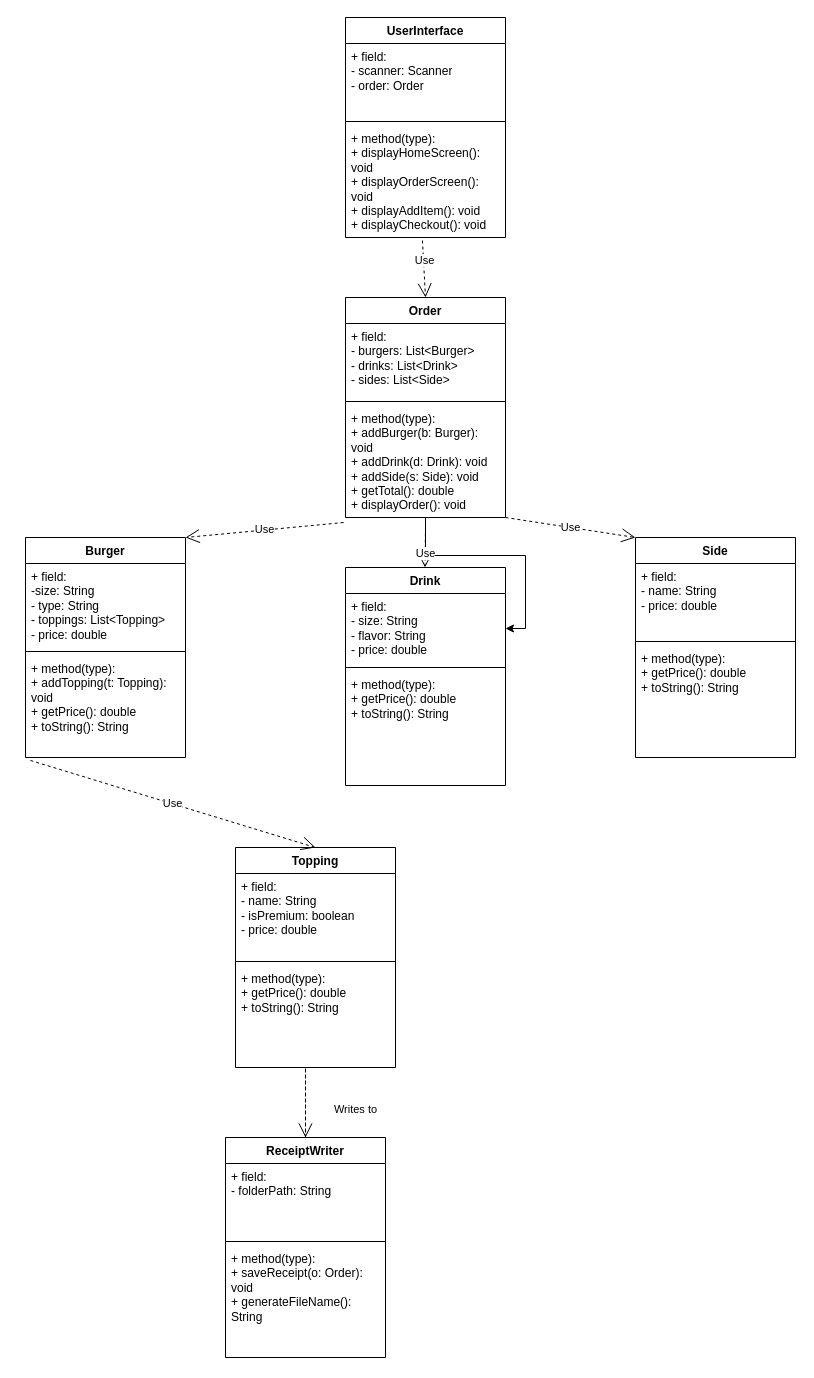
The draw.io diagram TheJaliscoGrillByLosDiaz_ClassDiagram.drawio in alexanderadolfodiaz017-oss/CustomFoodShopCapstone, before the edit. Source tidied: cells renumbered, new cells numbered last; positions are measured from the earlier drawing's top-left corner, leaving out a move shared by most shapes. Both pictures are drawn from the tidied source at 100%, with x=0, y=0 at pixel (25, 17).
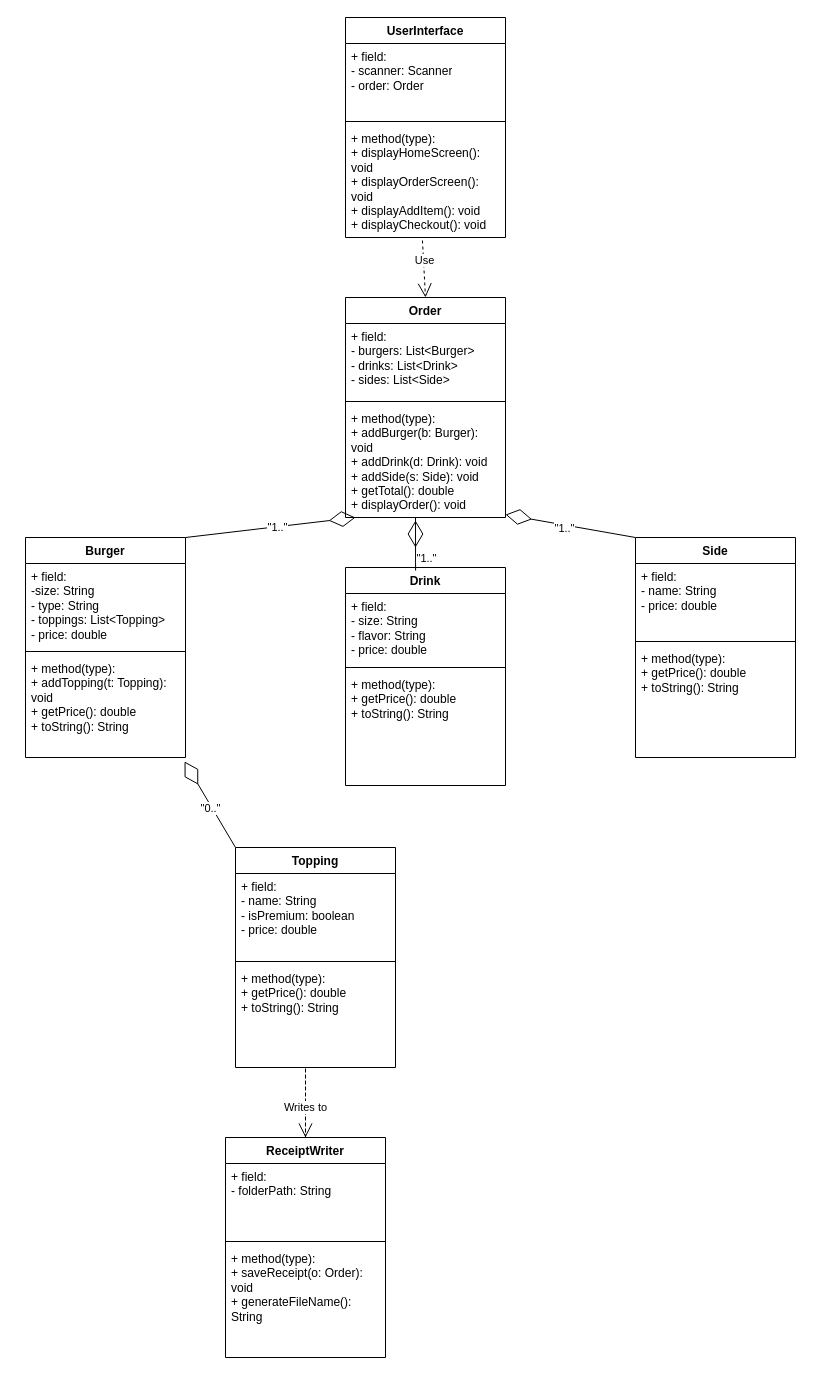
The same page after the edit.

The change refers to these unchanged cells:
```xml
<mxCell id="2" value="Topping" style="swimlane;fontStyle=1;align=center;verticalAlign=top;horizontal=1;startSize=26;whiteSpace=wrap;html=1;" parent="1" vertex="1">
  <mxGeometry x="210" y="830" width="160" height="220" as="geometry" />
</mxCell>
<mxCell id="6" value="Drink" style="swimlane;fontStyle=1;align=center;verticalAlign=top;horizontal=1;startSize=26;whiteSpace=wrap;html=1;" parent="1" vertex="1">
  <mxGeometry x="320" y="550" width="160" height="218" as="geometry" />
</mxCell>
<mxCell id="7" value="+ field:&amp;nbsp;&lt;div&gt;&lt;div&gt;- size: String&lt;/div&gt;&lt;div&gt;- flavor: String&lt;/div&gt;&lt;div&gt;- price: double&lt;/div&gt;&lt;/div&gt;" style="text;strokeColor=none;fillColor=none;align=left;verticalAlign=top;spacingLeft=4;spacingRight=4;overflow=hidden;points=[[0,0.5],[1,0.5]];portConstraint=eastwest;whiteSpace=wrap;html=1;" parent="6" vertex="1">
  <mxGeometry y="26" width="160" height="70" as="geometry" />
</mxCell>
<mxCell id="14" value="ReceiptWriter" style="swimlane;fontStyle=1;align=center;verticalAlign=top;horizontal=1;startSize=26;whiteSpace=wrap;html=1;" parent="1" vertex="1">
  <mxGeometry x="200" y="1120" width="160" height="220" as="geometry" />
</mxCell>
<mxCell id="19" value="Order" style="swimlane;fontStyle=1;align=center;verticalAlign=top;horizontal=1;startSize=26;whiteSpace=wrap;html=1;" parent="1" vertex="1">
  <mxGeometry x="320" y="280" width="160" height="220" as="geometry" />
</mxCell>
<mxCell id="22" value="+ method(type):&amp;nbsp;&lt;div&gt;&lt;div&gt;+ addBurger(b: Burger): void&lt;/div&gt;&lt;div&gt;+ addDrink(d: Drink): void&lt;/div&gt;&lt;div&gt;+ addSide(s: Side): void&lt;/div&gt;&lt;div&gt;+ getTotal(): double&lt;/div&gt;&lt;div&gt;+ displayOrder(): void&lt;/div&gt;&lt;/div&gt;" style="text;strokeColor=none;fillColor=none;align=left;verticalAlign=top;spacingLeft=4;spacingRight=4;overflow=hidden;points=[[0,0.5],[1,0.5]];portConstraint=eastwest;whiteSpace=wrap;html=1;" parent="19" vertex="1">
  <mxGeometry y="108" width="160" height="112" as="geometry" />
</mxCell>
<mxCell id="23" value="Burger" style="swimlane;fontStyle=1;align=center;verticalAlign=top;horizontal=1;startSize=26;whiteSpace=wrap;html=1;" parent="1" vertex="1">
  <mxGeometry y="520" width="160" height="220" as="geometry" />
</mxCell>
<mxCell id="26" value="+ method(type):&amp;nbsp;&lt;div&gt;&lt;div&gt;+ addTopping(t: Topping): void&lt;/div&gt;&lt;div&gt;+ getPrice(): double&lt;/div&gt;&lt;div&gt;+ toString(): String&lt;/div&gt;&lt;/div&gt;" style="text;strokeColor=none;fillColor=none;align=left;verticalAlign=top;spacingLeft=4;spacingRight=4;overflow=hidden;points=[[0,0.5],[1,0.5]];portConstraint=eastwest;whiteSpace=wrap;html=1;" parent="23" vertex="1">
  <mxGeometry y="118" width="160" height="102" as="geometry" />
</mxCell>
<mxCell id="27" value="Side" style="swimlane;fontStyle=1;align=center;verticalAlign=top;horizontal=1;startSize=26;whiteSpace=wrap;html=1;" parent="1" vertex="1">
  <mxGeometry x="610" y="520" width="160" height="220" as="geometry" />
</mxCell>
```

Diff of the diagram source:
```diff
@@
-    <mxCell id="18" style="edgeStyle=orthogonalEdgeStyle;rounded=0;jettySize=auto;html=1;" parent="1" edge="1" source="19" target="7">
-      <mxGeometry relative="1" as="geometry" />
-    </mxCell>
@@
-    <mxCell id="32" value="Use" style="endArrow=open;endSize=12;dashed=1;html=1;rounded=0;exitX=-0.012;exitY=1.045;exitDx=0;exitDy=0;exitPerimeter=0;entryX=1;entryY=0;entryDx=0;entryDy=0;" parent="1" edge="1" source="22" target="23">
-      <mxGeometry relative="1" as="geometry" />
-    </mxCell>
-    <mxCell id="33" value="Use" style="endArrow=open;endSize=12;dashed=1;html=1;rounded=0;" parent="1" edge="1">
-      <mxGeometry x="0.3" relative="1" as="geometry">
-        <mxPoint x="400" y="510" as="sourcePoint" />
-        <mxPoint x="399.5" y="550" as="targetPoint" />
-      </mxGeometry>
-    </mxCell>
-    <mxCell id="34" value="Use" style="endArrow=open;endSize=12;dashed=1;html=1;rounded=0;entryX=0;entryY=0;entryDx=0;entryDy=0;" parent="1" edge="1" target="27">
-      <mxGeometry relative="1" as="geometry">
-        <mxPoint x="480" y="500" as="sourcePoint" />
-      </mxGeometry>
-    </mxCell>
-    <mxCell id="35" value="Use" style="endArrow=open;endSize=12;dashed=1;html=1;rounded=0;entryX=0.5;entryY=0;entryDx=0;entryDy=0;exitX=0.031;exitY=1.029;exitDx=0;exitDy=0;exitPerimeter=0;" parent="1" edge="1" source="26" target="2">
-      <mxGeometry relative="1" as="geometry" />
-    </mxCell>
     <mxCell id="36" value="Writes to" style="endArrow=open;endSize=12;dashed=1;html=1;rounded=0;exitX=0.5;exitY=0;exitDx=0;exitDy=0;" parent="1" edge="1" source="14">
-      <mxGeometry x="-0.6" y="-50" relative="1" as="geometry">
+      <mxGeometry x="0.57" relative="1" as="geometry">
         <mxPoint x="280" y="1120" as="targetPoint" />
         <Array as="points">
           <mxPoint x="280" y="1050" />
         </Array>
       </mxGeometry>
     </mxCell>
+    <mxCell id="37" style="endArrow=diamondThin;endFill=0;endSize=24;html=1;rounded=0;exitX=1;exitY=0;exitDx=0;exitDy=0;" parent="1" edge="1" source="23">
+      <mxGeometry relative="1" as="geometry">
+        <mxPoint x="330" y="500" as="targetPoint" />
+      </mxGeometry>
+    </mxCell>
+    <mxCell id="38" value="&quot;1..&quot;" style="edgeLabel;html=1;align=center;verticalAlign=middle;" parent="37" vertex="1">
+      <mxGeometry x="0.07" relative="1" as="geometry" />
+    </mxCell>
+    <mxCell id="39" style="endArrow=diamondThin;endFill=0;endSize=24;html=1;rounded=0;exitX=0.438;exitY=0.014;exitDx=0;exitDy=0;exitPerimeter=0;" parent="1" edge="1" source="6">
+      <mxGeometry relative="1" as="geometry">
+        <mxPoint x="390" y="530" as="targetPoint" />
+        <Array as="points">
+          <mxPoint x="390" y="500" />
+        </Array>
+      </mxGeometry>
+    </mxCell>
+    <mxCell id="40" value="&quot;1..&quot;" style="edgeLabel;html=1;align=center;verticalAlign=middle;" parent="39" vertex="1">
+      <mxGeometry x="-0.48" relative="1" as="geometry">
+        <mxPoint x="10" y="9" as="offset" />
+      </mxGeometry>
+    </mxCell>
+    <mxCell id="41" style="endArrow=diamondThin;endFill=0;endSize=24;html=1;rounded=0;entryX=0.981;entryY=0.438;entryDx=0;entryDy=0;entryPerimeter=0;exitX=0;exitY=0;exitDx=0;exitDy=0;" parent="1" edge="1" source="27">
+      <mxGeometry relative="1" as="geometry">
+        <mxPoint x="480" y="497.1" as="targetPoint" />
+      </mxGeometry>
+    </mxCell>
+    <mxCell id="42" value="&quot;1..&quot;" style="edgeLabel;html=1;align=center;verticalAlign=middle;" parent="41" vertex="1">
+      <mxGeometry y="4" relative="1" as="geometry">
+        <mxPoint x="-6" y="-2" as="offset" />
+      </mxGeometry>
+    </mxCell>
+    <mxCell id="43" style="endArrow=diamondThin;endFill=0;endSize=24;html=1;rounded=0;exitX=0;exitY=0;exitDx=0;exitDy=0;entryX=0.994;entryY=1.039;entryDx=0;entryDy=0;entryPerimeter=0;" parent="1" edge="1" source="2" target="26">
+      <mxGeometry relative="1" as="geometry" />
+    </mxCell>
+    <mxCell id="44" value="&quot;0..&quot;" style="edgeLabel;html=1;align=center;verticalAlign=middle;" parent="43" vertex="1">
+      <mxGeometry x="-0.05" y="2" relative="1" as="geometry" />
+    </mxCell>
```
